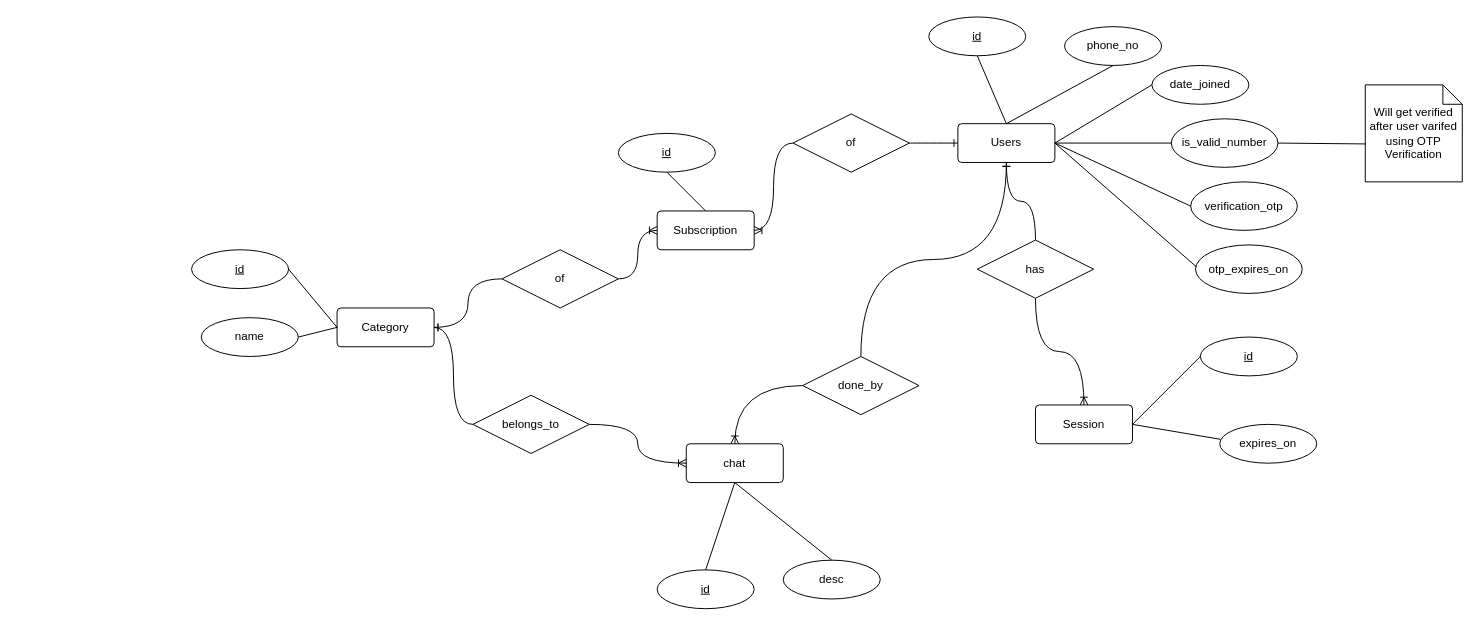
Before: page "ER Diagram" (1 of 2) of design.drawio in roman-ojha/care-chat, a draw.io diagram. Source tidied: cells renumbered, new cells numbered last; positions are measured from the earlier drawing's top-left corner, leaving out a move shared by most shapes. Both pictures are drawn from the tidied source at 97%, with x=0, y=0 at pixel (191, 16).
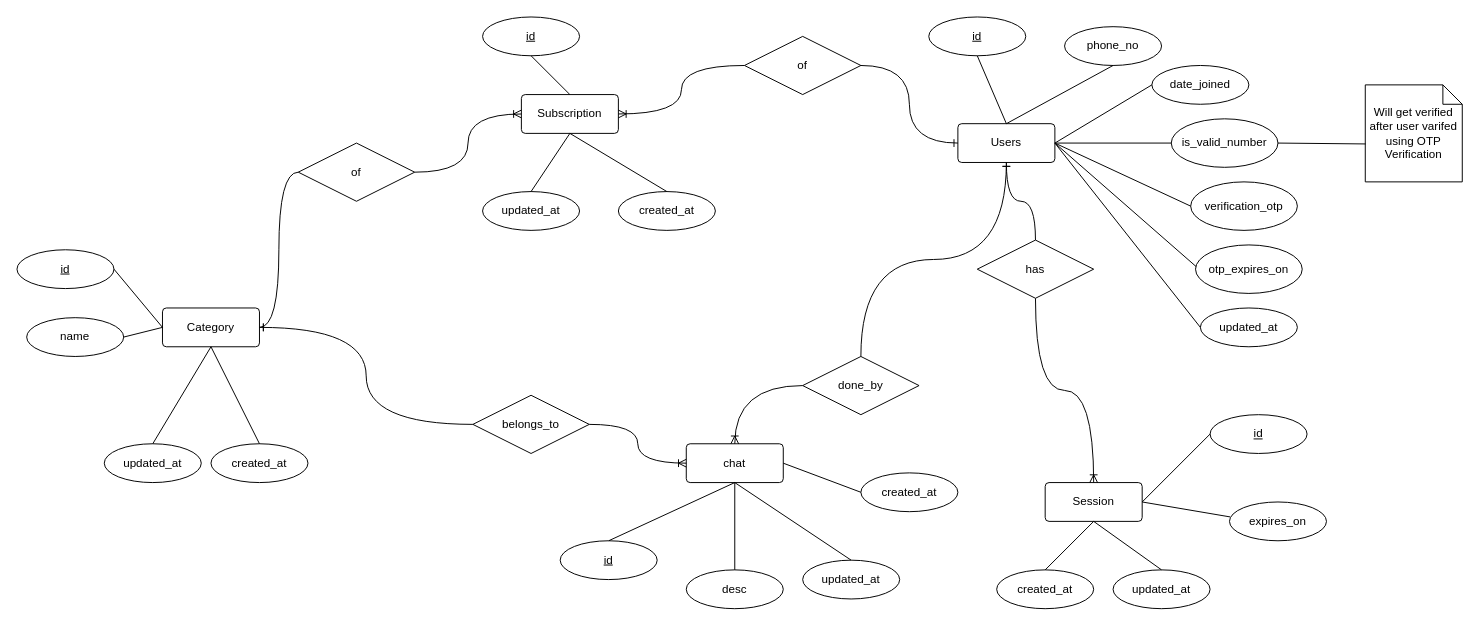
After the change.

The change refers to these unchanged cells:
```xml
<mxCell id="2" value="Users" style="rounded=1;arcSize=10;whiteSpace=wrap;html=1;align=center;" parent="1" vertex="1">
  <mxGeometry x="790" y="110" width="100" height="40" as="geometry" />
</mxCell>
<mxCell id="22" value="chat" style="rounded=1;arcSize=10;whiteSpace=wrap;html=1;align=center;" parent="1" vertex="1">
  <mxGeometry x="510" y="440" width="100" height="40" as="geometry" />
</mxCell>
```

The edit, as a diff of the source:
```diff
@@
     <mxCell id="9" value="Session" style="rounded=1;arcSize=10;whiteSpace=wrap;html=1;align=center;" parent="1" vertex="1">
-      <mxGeometry x="870" y="400" width="100" height="40" as="geometry" />
+      <mxGeometry x="880" y="480" width="100" height="40" as="geometry" />
     </mxCell>
     <mxCell id="10" value="id" style="ellipse;whiteSpace=wrap;html=1;align=center;fontStyle=4;" parent="1" vertex="1">
-      <mxGeometry x="1040" y="330" width="100" height="40" as="geometry" />
+      <mxGeometry x="1050" y="410" width="100" height="40" as="geometry" />
     </mxCell>
@@
     <mxCell id="12" value="expires_on" style="ellipse;whiteSpace=wrap;html=1;align=center;" parent="1" vertex="1">
-      <mxGeometry x="1060" y="420" width="100" height="40" as="geometry" />
+      <mxGeometry x="1070" y="500" width="100" height="40" as="geometry" />
     </mxCell>
@@
     <mxCell id="17" value="Category" style="rounded=1;arcSize=10;whiteSpace=wrap;html=1;align=center;" parent="1" vertex="1">
-      <mxGeometry x="150" y="300" width="100" height="40" as="geometry" />
+      <mxGeometry x="-30" y="300" width="100" height="40" as="geometry" />
     </mxCell>
     <mxCell id="18" value="id" style="ellipse;whiteSpace=wrap;html=1;align=center;fontStyle=4;" parent="1" vertex="1">
-      <mxGeometry y="240" width="100" height="40" as="geometry" />
+      <mxGeometry x="-180" y="240" width="100" height="40" as="geometry" />
     </mxCell>
@@
     <mxCell id="21" value="name" style="ellipse;whiteSpace=wrap;html=1;align=center;" parent="1" vertex="1">
-      <mxGeometry x="10" y="310" width="100" height="40" as="geometry" />
+      <mxGeometry x="-170" y="310" width="100" height="40" as="geometry" />
     </mxCell>
@@
     <mxCell id="23" value="desc" style="ellipse;whiteSpace=wrap;html=1;align=center;" parent="1" vertex="1">
-      <mxGeometry x="610" y="560" width="100" height="40" as="geometry" />
+      <mxGeometry x="510" y="570" width="100" height="40" as="geometry" />
     </mxCell>
     <mxCell id="24" value="id" style="ellipse;whiteSpace=wrap;html=1;align=center;fontStyle=4;" parent="1" vertex="1">
-      <mxGeometry x="480" y="570" width="100" height="40" as="geometry" />
+      <mxGeometry x="380" y="540" width="100" height="40" as="geometry" />
     </mxCell>
@@
     <mxCell id="27" value="Subscription" style="rounded=1;arcSize=10;whiteSpace=wrap;html=1;align=center;" parent="1" vertex="1">
-      <mxGeometry x="480" y="200" width="100" height="40" as="geometry" />
+      <mxGeometry x="340" y="80" width="100" height="40" as="geometry" />
     </mxCell>
@@
     <mxCell id="32" value="id" style="ellipse;whiteSpace=wrap;html=1;align=center;fontStyle=4;" parent="1" vertex="1">
-      <mxGeometry x="440" y="120" width="100" height="40" as="geometry" />
+      <mxGeometry x="300" width="100" height="40" as="geometry" />
     </mxCell>
@@
     <mxCell id="34" value="of" style="shape=rhombus;perimeter=rhombusPerimeter;whiteSpace=wrap;html=1;align=center;" parent="1" vertex="1">
-      <mxGeometry x="320" y="240" width="120" height="60" as="geometry" />
+      <mxGeometry x="110" y="130" width="120" height="60" as="geometry" />
     </mxCell>
@@
     <mxCell id="37" value="of" style="shape=rhombus;perimeter=rhombusPerimeter;whiteSpace=wrap;html=1;align=center;" parent="1" vertex="1">
-      <mxGeometry x="620" y="100" width="120" height="60" as="geometry" />
+      <mxGeometry x="570" y="20" width="120" height="60" as="geometry" />
     </mxCell>
@@
+    <mxCell id="50" value="updated_at" style="ellipse;whiteSpace=wrap;html=1;align=center;" parent="1" vertex="1">
+      <mxGeometry x="1040" y="300" width="100" height="40" as="geometry" />
+    </mxCell>
+    <mxCell id="51" style="endArrow=none;html=1;rounded=0;entryX=0;entryY=0.5;entryDx=0;entryDy=0;exitX=1;exitY=0.5;exitDx=0;exitDy=0;" parent="1" edge="1" source="2" target="50">
+      <mxGeometry relative="1" as="geometry" />
+    </mxCell>
+    <mxCell id="52" value="created_at" style="ellipse;whiteSpace=wrap;html=1;align=center;" parent="1" vertex="1">
+      <mxGeometry x="830" y="570" width="100" height="40" as="geometry" />
+    </mxCell>
+    <mxCell id="53" style="endArrow=none;html=1;rounded=0;entryX=0.5;entryY=0;entryDx=0;entryDy=0;exitX=0.5;exitY=1;exitDx=0;exitDy=0;" parent="1" edge="1" source="9" target="52">
+      <mxGeometry relative="1" as="geometry" />
+    </mxCell>
+    <mxCell id="54" value="updated_at" style="ellipse;whiteSpace=wrap;html=1;align=center;" parent="1" vertex="1">
+      <mxGeometry x="950" y="570" width="100" height="40" as="geometry" />
+    </mxCell>
+    <mxCell id="55" style="endArrow=none;html=1;rounded=0;entryX=0.5;entryY=0;entryDx=0;entryDy=0;exitX=0.5;exitY=1;exitDx=0;exitDy=0;" parent="1" edge="1" source="9" target="54">
+      <mxGeometry relative="1" as="geometry" />
+    </mxCell>
+    <mxCell id="56" value="created_at" style="ellipse;whiteSpace=wrap;html=1;align=center;" parent="1" vertex="1">
+      <mxGeometry x="690" y="470" width="100" height="40" as="geometry" />
+    </mxCell>
+    <mxCell id="57" value="updated_at" style="ellipse;whiteSpace=wrap;html=1;align=center;" parent="1" vertex="1">
+      <mxGeometry x="630" y="560" width="100" height="40" as="geometry" />
+    </mxCell>
+    <mxCell id="58" style="endArrow=none;html=1;rounded=0;entryX=1;entryY=0.5;entryDx=0;entryDy=0;exitX=0;exitY=0.5;exitDx=0;exitDy=0;" parent="1" edge="1" source="56" target="22">
+      <mxGeometry relative="1" as="geometry" />
+    </mxCell>
+    <mxCell id="59" style="endArrow=none;html=1;rounded=0;entryX=0.5;entryY=1;entryDx=0;entryDy=0;exitX=0.5;exitY=0;exitDx=0;exitDy=0;" parent="1" edge="1" source="57" target="22">
+      <mxGeometry relative="1" as="geometry" />
+    </mxCell>
+    <mxCell id="60" value="updated_at" style="ellipse;whiteSpace=wrap;html=1;align=center;" parent="1" vertex="1">
+      <mxGeometry x="-90" y="440" width="100" height="40" as="geometry" />
+    </mxCell>
+    <mxCell id="61" value="created_at" style="ellipse;whiteSpace=wrap;html=1;align=center;" parent="1" vertex="1">
+      <mxGeometry x="20" y="440" width="100" height="40" as="geometry" />
+    </mxCell>
+    <mxCell id="62" style="endArrow=none;html=1;rounded=0;entryX=0.5;entryY=1;entryDx=0;entryDy=0;exitX=0.5;exitY=0;exitDx=0;exitDy=0;" parent="1" edge="1" source="61" target="17">
+      <mxGeometry relative="1" as="geometry" />
+    </mxCell>
+    <mxCell id="63" style="endArrow=none;html=1;rounded=0;entryX=0.5;entryY=1;entryDx=0;entryDy=0;exitX=0.5;exitY=0;exitDx=0;exitDy=0;" parent="1" edge="1" source="60" target="17">
+      <mxGeometry relative="1" as="geometry" />
+    </mxCell>
+    <mxCell id="64" value="created_at" style="ellipse;whiteSpace=wrap;html=1;align=center;" parent="1" vertex="1">
+      <mxGeometry x="440" y="180" width="100" height="40" as="geometry" />
+    </mxCell>
+    <mxCell id="65" value="updated_at" style="ellipse;whiteSpace=wrap;html=1;align=center;" parent="1" vertex="1">
+      <mxGeometry x="300" y="180" width="100" height="40" as="geometry" />
+    </mxCell>
+    <mxCell id="66" style="endArrow=none;html=1;rounded=0;entryX=0.5;entryY=1;entryDx=0;entryDy=0;exitX=0.5;exitY=0;exitDx=0;exitDy=0;" parent="1" edge="1" source="65" target="27">
+      <mxGeometry relative="1" as="geometry" />
+    </mxCell>
+    <mxCell id="67" style="endArrow=none;html=1;rounded=0;entryX=0.5;entryY=1;entryDx=0;entryDy=0;exitX=0.5;exitY=0;exitDx=0;exitDy=0;" parent="1" edge="1" source="64" target="27">
+      <mxGeometry relative="1" as="geometry" />
+    </mxCell>
```
